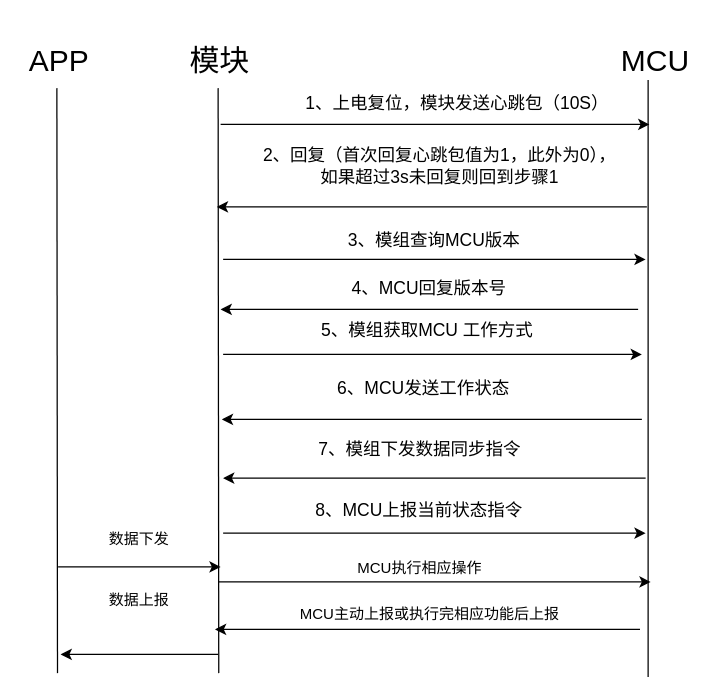
Earlier version of the draw.io diagram initalization.drawio (JeffYec/Jeff). Source tidied: cells renumbered, new cells numbered last; positions are measured from the earlier drawing's top-left corner, leaving out a move shared by most shapes. Both pictures are drawn from the tidied source at 125%, with x=0, y=0 at pixel (21, 21).
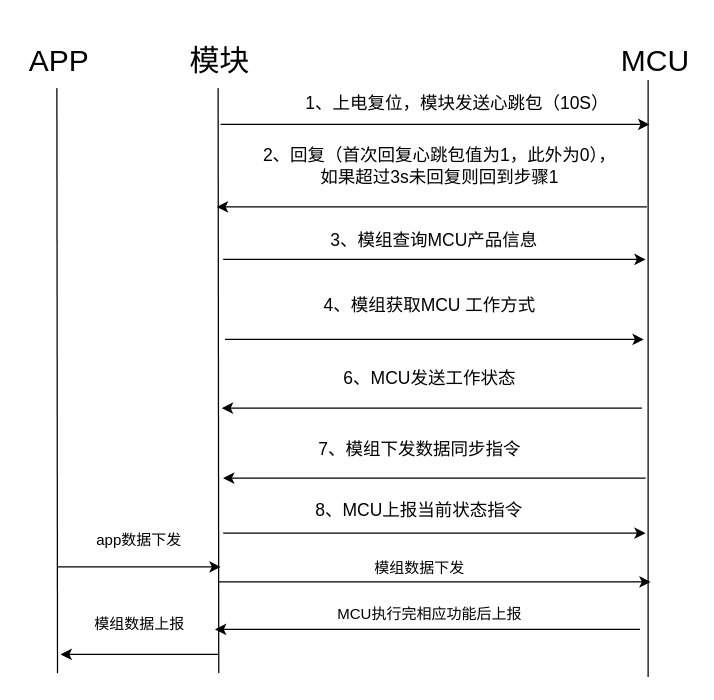
After the change.

What changed in the source:
```diff
@@
-    <mxCell id="11" value="3、模组查询MCU版本" style="text;html=1;strokeColor=none;fillColor=none;align=center;verticalAlign=middle;whiteSpace=wrap;rounded=0;fontSize=14;" parent="1" vertex="1">
+    <mxCell id="11" value="3、模组查询MCU产品信息" style="text;html=1;strokeColor=none;fillColor=none;align=center;verticalAlign=middle;whiteSpace=wrap;rounded=0;fontSize=14;" parent="1" vertex="1">
       <mxGeometry x="241" y="160" width="178" height="30" as="geometry" />
     </mxCell>
-    <mxCell id="12" style="endArrow=classic;html=1;rounded=0;fontSize=14;" parent="1" edge="1">
-      <mxGeometry relative="1" as="geometry">
-        <mxPoint x="493" y="230" as="sourcePoint" />
-        <mxPoint x="159" y="230" as="targetPoint" />
-      </mxGeometry>
-    </mxCell>
-    <mxCell id="13" value="4、MCU回复版本号" style="text;html=1;strokeColor=none;fillColor=none;align=center;verticalAlign=middle;whiteSpace=wrap;rounded=0;fontSize=14;" parent="1" vertex="1">
-      <mxGeometry x="233" y="198" width="186" height="30" as="geometry" />
-    </mxCell>
     <mxCell id="14" style="endArrow=classic;html=1;rounded=0;fontSize=14;" parent="1" edge="1">
       <mxGeometry relative="1" as="geometry">
-        <mxPoint x="161" y="266" as="sourcePoint" />
-        <mxPoint x="496" y="266" as="targetPoint" />
+        <mxPoint x="162.5" y="254" as="sourcePoint" />
+        <mxPoint x="497.5" y="254" as="targetPoint" />
       </mxGeometry>
     </mxCell>
-    <mxCell id="15" value="5、模组获取MCU 工作方式" style="text;html=1;strokeColor=none;fillColor=none;align=center;verticalAlign=middle;whiteSpace=wrap;rounded=0;fontSize=14;" parent="1" vertex="1">
-      <mxGeometry x="224" y="232" width="201" height="30" as="geometry" />
+    <mxCell id="15" value="4、模组获取MCU 工作方式" style="text;html=1;strokeColor=none;fillColor=none;align=center;verticalAlign=middle;whiteSpace=wrap;rounded=0;fontSize=14;" parent="1" vertex="1">
+      <mxGeometry x="225.5" y="212" width="201" height="30" as="geometry" />
     </mxCell>
     <mxCell id="16" style="endArrow=classic;html=1;rounded=0;fontSize=14;" parent="1" edge="1">
       <mxGeometry relative="1" as="geometry">
-        <mxPoint x="496" y="318" as="sourcePoint" />
-        <mxPoint x="160" y="318" as="targetPoint" />
+        <mxPoint x="496" y="309" as="sourcePoint" />
+        <mxPoint x="160" y="309" as="targetPoint" />
       </mxGeometry>
     </mxCell>
     <mxCell id="17" value="6、MCU发送工作状态" style="text;html=1;strokeColor=none;fillColor=none;align=center;verticalAlign=middle;whiteSpace=wrap;rounded=0;fontSize=14;" parent="1" vertex="1">
-      <mxGeometry x="241" y="278" width="161" height="30" as="geometry" />
+      <mxGeometry x="245.5" y="270" width="161" height="30" as="geometry" />
     </mxCell>
@@
-    <mxCell id="25" value="&lt;font style=&quot;font-size: 12px&quot;&gt;数据下发&lt;/font&gt;" style="text;html=1;strokeColor=none;fillColor=none;align=center;verticalAlign=middle;whiteSpace=wrap;rounded=0;fontSize=24;" parent="1" vertex="1">
-      <mxGeometry x="64" y="395" width="60" height="30" as="geometry" />
+    <mxCell id="25" value="&lt;font style=&quot;font-size: 12px&quot;&gt;app数据下发&lt;/font&gt;" style="text;html=1;strokeColor=none;fillColor=none;align=center;verticalAlign=middle;whiteSpace=wrap;rounded=0;fontSize=24;" parent="1" vertex="1">
+      <mxGeometry x="55" y="395" width="78" height="32" as="geometry" />
     </mxCell>
@@
-    <mxCell id="27" value="数据上报" style="text;html=1;strokeColor=none;fillColor=none;align=center;verticalAlign=middle;whiteSpace=wrap;rounded=0;fontSize=12;" parent="1" vertex="1">
-      <mxGeometry x="64" y="448" width="60" height="30" as="geometry" />
+    <mxCell id="27" value="模组数据上报" style="text;html=1;strokeColor=none;fillColor=none;align=center;verticalAlign=middle;whiteSpace=wrap;rounded=0;fontSize=12;" parent="1" vertex="1">
+      <mxGeometry x="56" y="467" width="77" height="30" as="geometry" />
     </mxCell>
@@
-    <mxCell id="30" value="MCU执行相应操作" style="text;html=1;strokeColor=none;fillColor=none;align=center;verticalAlign=middle;whiteSpace=wrap;rounded=0;fontSize=12;" parent="1" vertex="1">
+    <mxCell id="30" value="模组数据下发" style="text;html=1;strokeColor=none;fillColor=none;align=center;verticalAlign=middle;whiteSpace=wrap;rounded=0;fontSize=12;" parent="1" vertex="1">
       <mxGeometry x="244.5" y="422" width="147" height="30" as="geometry" />
     </mxCell>
-    <mxCell id="31" value="MCU主动上报或执行完相应功能后上报" style="text;html=1;strokeColor=none;fillColor=none;align=center;verticalAlign=middle;whiteSpace=wrap;rounded=0;fontSize=12;" parent="1" vertex="1">
+    <mxCell id="31" value="MCU执行完相应功能后上报" style="text;html=1;strokeColor=none;fillColor=none;align=center;verticalAlign=middle;whiteSpace=wrap;rounded=0;fontSize=12;" parent="1" vertex="1">
       <mxGeometry x="219.5" y="459" width="213" height="30" as="geometry" />
     </mxCell>
```
